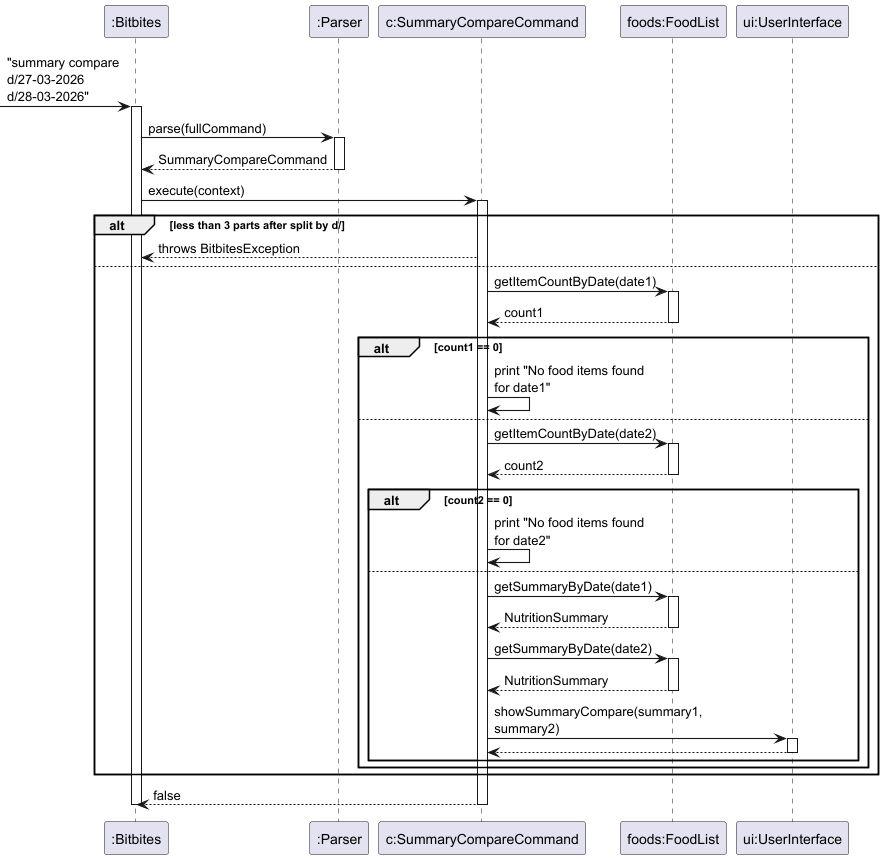
Above: docs/uml/summary_compare.png in bryanyeo3125/tp (PlantUML), before the change. The source it was exported from:
```plantuml
@startuml summary_compare
skinparam arrowThickness 1.1
skinparam maxMessageSize 150

participant ":Bitbites" as Bitbites
participant ":Parser" as Parser
participant "c:SummaryCompareCommand" as Cmd
participant "foods:FoodList" as FoodList
participant "ui:UserInterface" as UI

-> Bitbites : "summary compare d/27-03-2026 d/28-03-2026"
activate Bitbites

Bitbites -> Parser : parse(fullCommand)
activate Parser
Parser --> Bitbites : SummaryCompareCommand
deactivate Parser

Bitbites -> Cmd : execute(context)
activate Cmd

alt less than 3 parts after split by d/
    Cmd --> Bitbites : throws BitbitesException
else
    Cmd -> FoodList : getItemCountByDate(date1)
    activate FoodList
    FoodList --> Cmd : count1
    deactivate FoodList

    alt count1 == 0
        Cmd -> Cmd : print "No food items found for date1"
    else
        Cmd -> FoodList : getItemCountByDate(date2)
        activate FoodList
        FoodList --> Cmd : count2
        deactivate FoodList

        alt count2 == 0
            Cmd -> Cmd : print "No food items found for date2"
        else
            Cmd -> FoodList : getSummaryByDate(date1)
            activate FoodList
            FoodList --> Cmd : NutritionSummary
            deactivate FoodList

            Cmd -> FoodList : getSummaryByDate(date2)
            activate FoodList
            FoodList --> Cmd : NutritionSummary
            deactivate FoodList

            Cmd -> UI : showSummaryCompare(summary1, summary2)
            activate UI
            UI --> Cmd
            deactivate UI
        end
    end
end

Cmd --> Bitbites : false
deactivate Cmd
deactivate Bitbites
@enduml
```
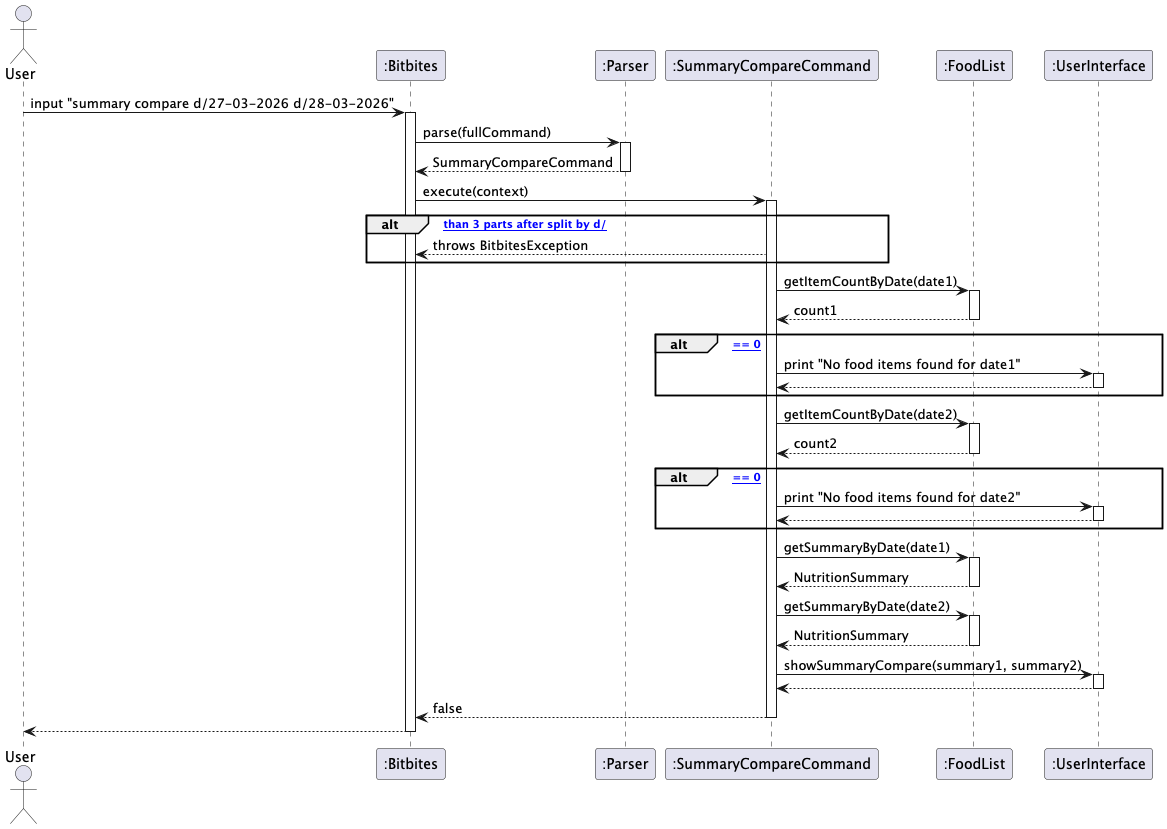
Above is the later version.

The edit, as a diff of the source:
```diff
@@ -1,14 +1,12 @@
-@startuml summary_compare
-skinparam arrowThickness 1.1
-skinparam maxMessageSize 150
-
+@startuml
+actor User
 participant ":Bitbites" as Bitbites
 participant ":Parser" as Parser
-participant "c:SummaryCompareCommand" as Cmd
-participant "foods:FoodList" as FoodList
-participant "ui:UserInterface" as UI
+participant ":SummaryCompareCommand" as SummaryCompareCommand
+participant ":FoodList" as FoodList
+participant ":UserInterface" as UI
 
--> Bitbites : "summary compare d/27-03-2026 d/28-03-2026"
+User -> Bitbites : input "summary compare d/27-03-2026 d/28-03-2026"
 activate Bitbites
 
 Bitbites -> Parser : parse(fullCommand)
@@ -16,47 +14,55 @@
 Parser --> Bitbites : SummaryCompareCommand
 deactivate Parser
 
-Bitbites -> Cmd : execute(context)
-activate Cmd
+Bitbites -> SummaryCompareCommand : execute(context)
+activate SummaryCompareCommand
 
-alt less than 3 parts after split by d/
-    Cmd --> Bitbites : throws BitbitesException
-else
-    Cmd -> FoodList : getItemCountByDate(date1)
-    activate FoodList
-    FoodList --> Cmd : count1
-    deactivate FoodList
-
-    alt count1 == 0
-        Cmd -> Cmd : print "No food items found for date1"
-    else
-        Cmd -> FoodList : getItemCountByDate(date2)
-        activate FoodList
-        FoodList --> Cmd : count2
-        deactivate FoodList
-
-        alt count2 == 0
-            Cmd -> Cmd : print "No food items found for date2"
-        else
-            Cmd -> FoodList : getSummaryByDate(date1)
-            activate FoodList
-            FoodList --> Cmd : NutritionSummary
-            deactivate FoodList
-
-            Cmd -> FoodList : getSummaryByDate(date2)
-            activate FoodList
-            FoodList --> Cmd : NutritionSummary
-            deactivate FoodList
-
-            Cmd -> UI : showSummaryCompare(summary1, summary2)
-            activate UI
-            UI --> Cmd
-            deactivate UI
-        end
-    end
+alt [less than 3 parts after split by d/]
+  SummaryCompareCommand --> Bitbites : throws BitbitesException
 end
 
-Cmd --> Bitbites : false
-deactivate Cmd
+SummaryCompareCommand -> FoodList : getItemCountByDate(date1)
+activate FoodList
+FoodList --> SummaryCompareCommand : count1
+deactivate FoodList
+
+alt [count1 == 0]
+  SummaryCompareCommand -> UI : print "No food items found for date1"
+  activate UI
+  UI --> SummaryCompareCommand
+  deactivate UI
+end
+
+SummaryCompareCommand -> FoodList : getItemCountByDate(date2)
+activate FoodList
+FoodList --> SummaryCompareCommand : count2
+deactivate FoodList
+
+alt [count2 == 0]
+  SummaryCompareCommand -> UI : print "No food items found for date2"
+  activate UI
+  UI --> SummaryCompareCommand
+  deactivate UI
+end
+
+SummaryCompareCommand -> FoodList : getSummaryByDate(date1)
+activate FoodList
+FoodList --> SummaryCompareCommand : NutritionSummary
+deactivate FoodList
+
+SummaryCompareCommand -> FoodList : getSummaryByDate(date2)
+activate FoodList
+FoodList --> SummaryCompareCommand : NutritionSummary
+deactivate FoodList
+
+SummaryCompareCommand -> UI : showSummaryCompare(summary1, summary2)
+activate UI
+UI --> SummaryCompareCommand
+deactivate UI
+
+SummaryCompareCommand --> Bitbites : false
+deactivate SummaryCompareCommand
+
+Bitbites --> User
 deactivate Bitbites
 @enduml
```
